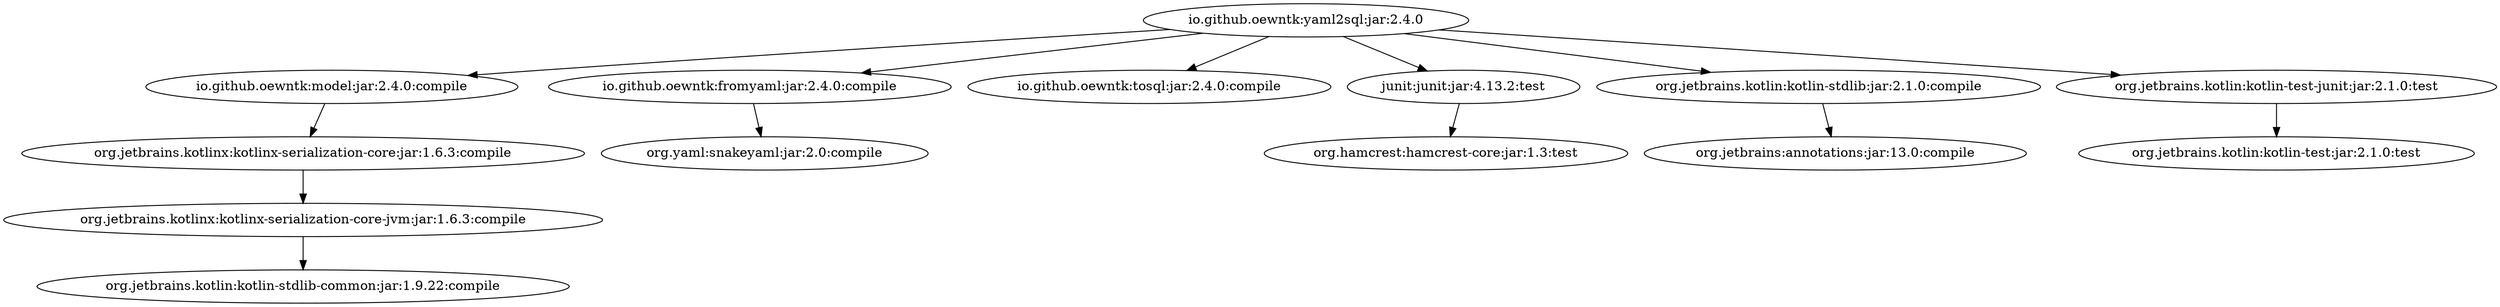
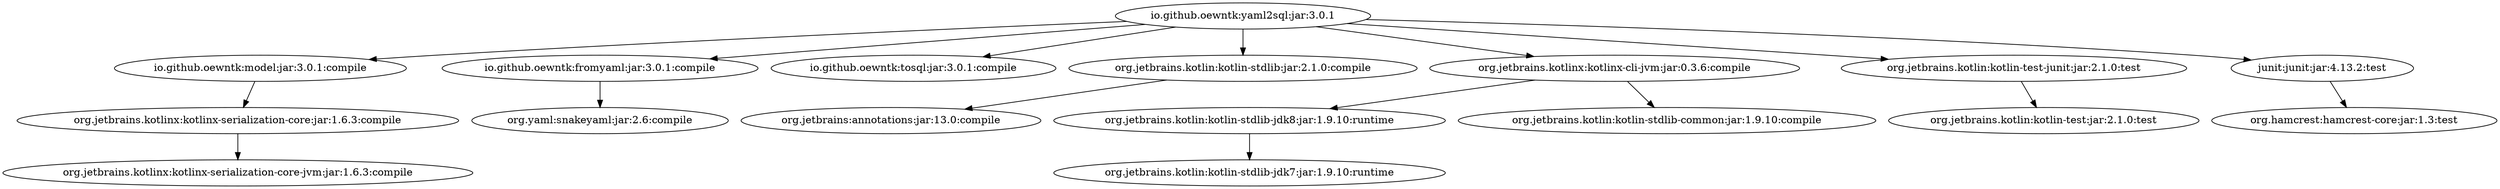
- digraph "io.github.oewntk:yaml2sql:jar:2.4.0" {
- 	"io.github.oewntk:yaml2sql:jar:2.4.0" -> "io.github.oewntk:model:jar:2.4.0:compile" ;
- 	"io.github.oewntk:yaml2sql:jar:2.4.0" -> "io.github.oewntk:fromyaml:jar:2.4.0:compile" ;
- 	"io.github.oewntk:yaml2sql:jar:2.4.0" -> "io.github.oewntk:tosql:jar:2.4.0:compile" ;
- 	"io.github.oewntk:yaml2sql:jar:2.4.0" -> "junit:junit:jar:4.13.2:test" ;
- 	"io.github.oewntk:yaml2sql:jar:2.4.0" -> "org.jetbrains.kotlin:kotlin-stdlib:jar:2.1.0:compile" ;
- 	"io.github.oewntk:yaml2sql:jar:2.4.0" -> "org.jetbrains.kotlin:kotlin-test-junit:jar:2.1.0:test" ;
- 	"io.github.oewntk:model:jar:2.4.0:compile" -> "org.jetbrains.kotlinx:kotlinx-serialization-core:jar:1.6.3:compile" ;
+ digraph "io.github.oewntk:yaml2sql:jar:3.0.1" {
+ 	"io.github.oewntk:yaml2sql:jar:3.0.1" -> "io.github.oewntk:model:jar:3.0.1:compile" ;
+ 	"io.github.oewntk:yaml2sql:jar:3.0.1" -> "io.github.oewntk:fromyaml:jar:3.0.1:compile" ;
+ 	"io.github.oewntk:yaml2sql:jar:3.0.1" -> "io.github.oewntk:tosql:jar:3.0.1:compile" ;
+ 	"io.github.oewntk:yaml2sql:jar:3.0.1" -> "org.jetbrains.kotlin:kotlin-stdlib:jar:2.1.0:compile" ;
+ 	"io.github.oewntk:yaml2sql:jar:3.0.1" -> "org.jetbrains.kotlinx:kotlinx-cli-jvm:jar:0.3.6:compile" ;
+ 	"io.github.oewntk:yaml2sql:jar:3.0.1" -> "org.jetbrains.kotlin:kotlin-test-junit:jar:2.1.0:test" ;
+ 	"io.github.oewntk:yaml2sql:jar:3.0.1" -> "junit:junit:jar:4.13.2:test" ;
+ 	"io.github.oewntk:model:jar:3.0.1:compile" -> "org.jetbrains.kotlinx:kotlinx-serialization-core:jar:1.6.3:compile" ;
	"org.jetbrains.kotlinx:kotlinx-serialization-core:jar:1.6.3:compile" -> "org.jetbrains.kotlinx:kotlinx-serialization-core-jvm:jar:1.6.3:compile" ;
- 	"org.jetbrains.kotlinx:kotlinx-serialization-core-jvm:jar:1.6.3:compile" -> "org.jetbrains.kotlin:kotlin-stdlib-common:jar:1.9.22:compile" ;
- 	"io.github.oewntk:fromyaml:jar:2.4.0:compile" -> "org.yaml:snakeyaml:jar:2.0:compile" ;
+ 	"io.github.oewntk:fromyaml:jar:3.0.1:compile" -> "org.yaml:snakeyaml:jar:2.6:compile" ;
+ 	"org.jetbrains.kotlin:kotlin-stdlib:jar:2.1.0:compile" -> "org.jetbrains:annotations:jar:13.0:compile" ;
+ 	"org.jetbrains.kotlinx:kotlinx-cli-jvm:jar:0.3.6:compile" -> "org.jetbrains.kotlin:kotlin-stdlib-jdk8:jar:1.9.10:runtime" ;
+ 	"org.jetbrains.kotlinx:kotlinx-cli-jvm:jar:0.3.6:compile" -> "org.jetbrains.kotlin:kotlin-stdlib-common:jar:1.9.10:compile" ;
+ 	"org.jetbrains.kotlin:kotlin-stdlib-jdk8:jar:1.9.10:runtime" -> "org.jetbrains.kotlin:kotlin-stdlib-jdk7:jar:1.9.10:runtime" ;
+ 	"org.jetbrains.kotlin:kotlin-test-junit:jar:2.1.0:test" -> "org.jetbrains.kotlin:kotlin-test:jar:2.1.0:test" ;
	"junit:junit:jar:4.13.2:test" -> "org.hamcrest:hamcrest-core:jar:1.3:test" ;
- 	"org.jetbrains.kotlin:kotlin-stdlib:jar:2.1.0:compile" -> "org.jetbrains:annotations:jar:13.0:compile" ;
- 	"org.jetbrains.kotlin:kotlin-test-junit:jar:2.1.0:test" -> "org.jetbrains.kotlin:kotlin-test:jar:2.1.0:test" ;
 }